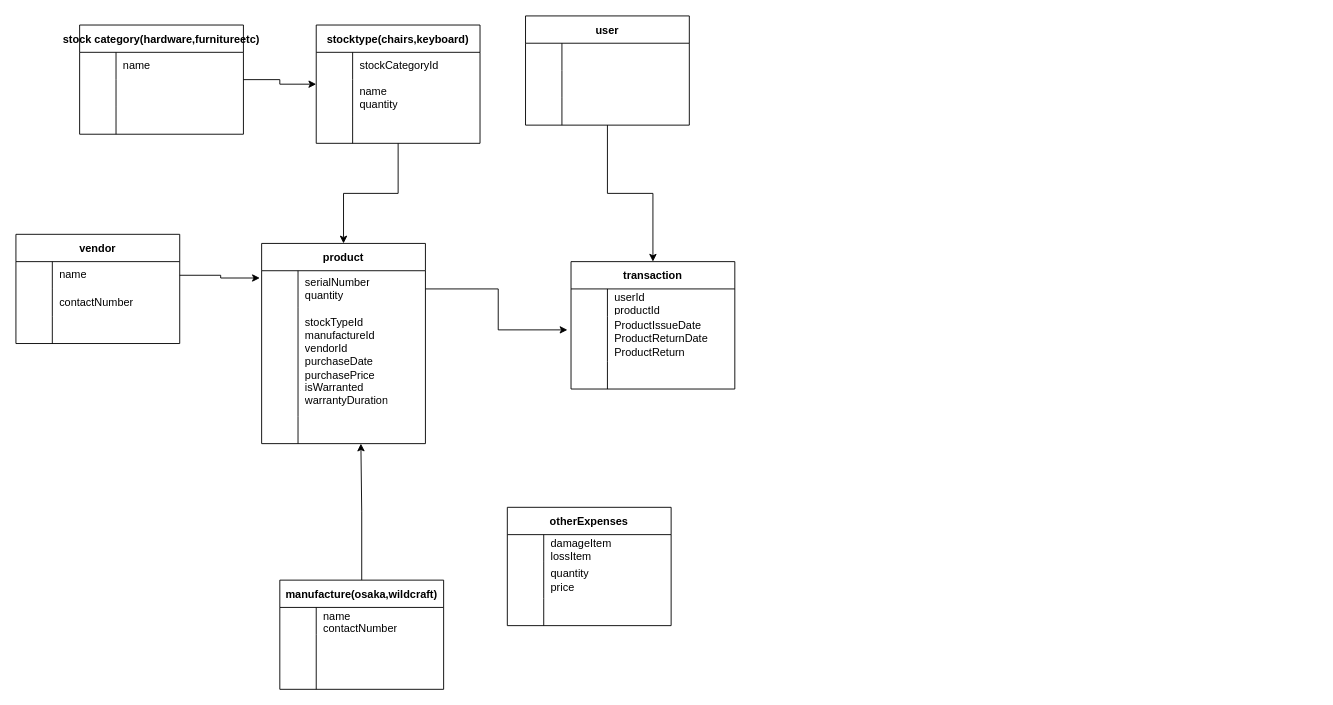
The draw.io diagram recievable.drawio in zaryabali786/erdDiagram, before the edit. Source tidied: cells renumbered, new cells numbered last; positions are measured from the earlier drawing's top-left corner, leaving out a move shared by most shapes. Both pictures are drawn from the tidied source at 91%, with x=0, y=0 at pixel (15, 15).
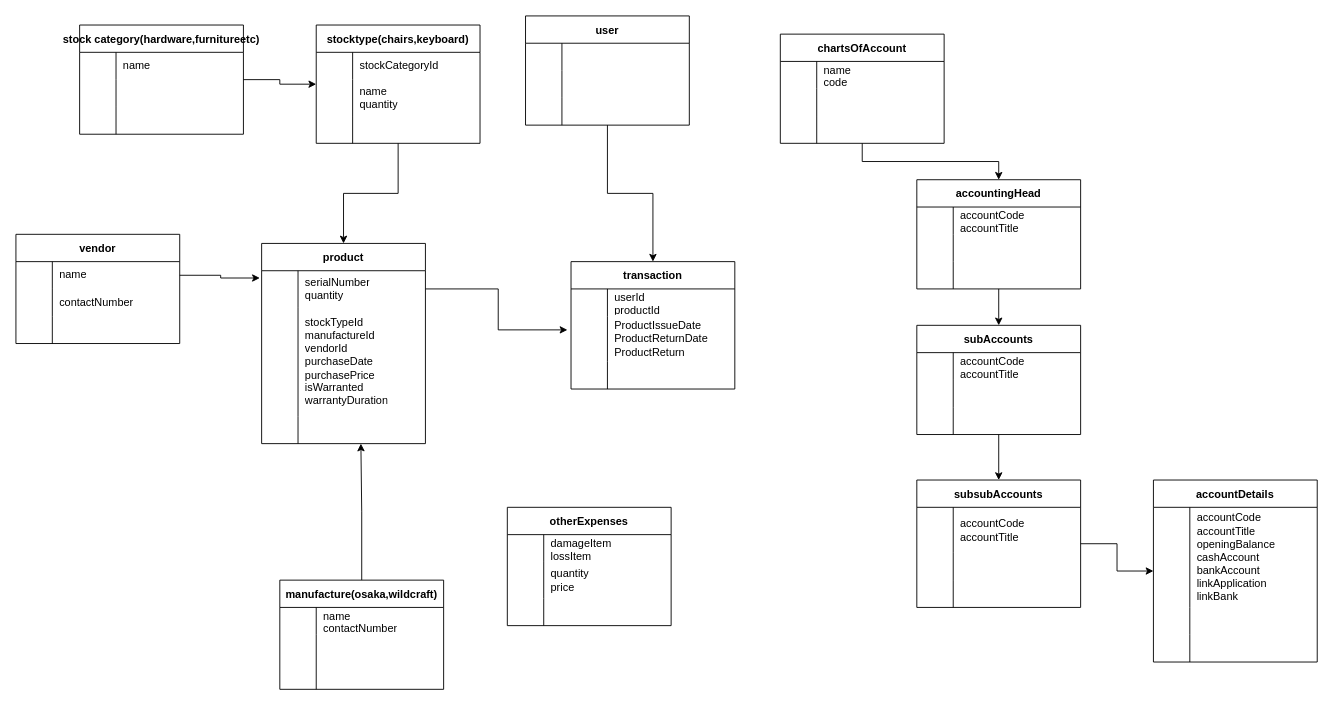
The same diagram, later.

The edit, as a diff of the source:
```diff
@@
+    <mxCell id="88" style="edgeStyle=orthogonalEdgeStyle;rounded=0;jettySize=auto;html=1;" parent="1" edge="1" source="89" target="100">
+      <mxGeometry relative="1" as="geometry" />
+    </mxCell>
+    <mxCell id="89" value="chartsOfAccount" style="shape=table;startSize=30;childLayout=tableLayout;rowLines=0;fontStyle=1;" parent="1" vertex="1">
+      <mxGeometry x="840" y="20" width="180" height="120" as="geometry" />
+    </mxCell>
+    <mxCell id="90" style="shape=tableRow;horizontal=0;startSize=0;swimlaneHead=0;swimlaneBody=0;top=0;left=0;bottom=0;right=0;fillColor=none;" parent="89" vertex="1">
+      <mxGeometry y="30" width="180" height="30" as="geometry" />
+    </mxCell>
+    <mxCell id="91" style="shape=partialRectangle;html=1;whiteSpace=wrap;fillColor=none;top=0;left=0;bottom=0;right=0;overflow=hidden;" parent="90" vertex="1">
+      <mxGeometry width="40" height="30" as="geometry" />
+    </mxCell>
+    <mxCell id="92" value="name&lt;br&gt;code" style="shape=partialRectangle;html=1;whiteSpace=wrap;fillColor=none;top=0;left=0;bottom=0;right=0;align=left;spacingLeft=6;overflow=hidden;" parent="90" vertex="1">
+      <mxGeometry x="40" width="140" height="30" as="geometry" />
+    </mxCell>
+    <mxCell id="93" style="shape=tableRow;horizontal=0;startSize=0;swimlaneHead=0;swimlaneBody=0;top=0;left=0;bottom=0;right=0;fillColor=none;" parent="89" vertex="1">
+      <mxGeometry y="60" width="180" height="30" as="geometry" />
+    </mxCell>
+    <mxCell id="94" style="shape=partialRectangle;html=1;whiteSpace=wrap;fillColor=none;top=0;left=0;bottom=0;right=0;overflow=hidden;" parent="93" vertex="1">
+      <mxGeometry width="40" height="30" as="geometry" />
+    </mxCell>
+    <mxCell id="95" style="shape=partialRectangle;html=1;whiteSpace=wrap;fillColor=none;top=0;left=0;bottom=0;right=0;align=left;spacingLeft=6;overflow=hidden;" parent="93" vertex="1">
+      <mxGeometry x="40" width="140" height="30" as="geometry" />
+    </mxCell>
+    <mxCell id="96" style="shape=tableRow;horizontal=0;startSize=0;swimlaneHead=0;swimlaneBody=0;top=0;left=0;bottom=0;right=0;fillColor=none;" parent="89" vertex="1">
+      <mxGeometry y="90" width="180" height="30" as="geometry" />
+    </mxCell>
+    <mxCell id="97" style="shape=partialRectangle;html=1;whiteSpace=wrap;fillColor=none;top=0;left=0;bottom=0;right=0;overflow=hidden;" parent="96" vertex="1">
+      <mxGeometry width="40" height="30" as="geometry" />
+    </mxCell>
+    <mxCell id="98" style="shape=partialRectangle;html=1;whiteSpace=wrap;fillColor=none;top=0;left=0;bottom=0;right=0;align=left;spacingLeft=6;overflow=hidden;" parent="96" vertex="1">
+      <mxGeometry x="40" width="140" height="30" as="geometry" />
+    </mxCell>
+    <mxCell id="99" style="edgeStyle=orthogonalEdgeStyle;rounded=0;jettySize=auto;html=1;" parent="1" edge="1" source="100" target="111">
+      <mxGeometry relative="1" as="geometry" />
+    </mxCell>
+    <mxCell id="100" value="accountingHead" style="shape=table;startSize=30;childLayout=tableLayout;rowLines=0;fontStyle=1;" parent="1" vertex="1">
+      <mxGeometry x="990" y="180" width="180" height="120" as="geometry" />
+    </mxCell>
+    <mxCell id="101" style="shape=tableRow;horizontal=0;startSize=0;swimlaneHead=0;swimlaneBody=0;top=0;left=0;bottom=0;right=0;fillColor=none;" parent="100" vertex="1">
+      <mxGeometry y="30" width="180" height="30" as="geometry" />
+    </mxCell>
+    <mxCell id="102" style="shape=partialRectangle;html=1;whiteSpace=wrap;fillColor=none;top=0;left=0;bottom=0;right=0;overflow=hidden;" parent="101" vertex="1">
+      <mxGeometry width="40" height="30" as="geometry" />
+    </mxCell>
+    <mxCell id="103" value="accountCode&lt;br&gt;accountTitle" style="shape=partialRectangle;html=1;whiteSpace=wrap;fillColor=none;top=0;left=0;bottom=0;right=0;align=left;spacingLeft=6;overflow=hidden;" parent="101" vertex="1">
+      <mxGeometry x="40" width="140" height="30" as="geometry" />
+    </mxCell>
+    <mxCell id="104" style="shape=tableRow;horizontal=0;startSize=0;swimlaneHead=0;swimlaneBody=0;top=0;left=0;bottom=0;right=0;fillColor=none;" parent="100" vertex="1">
+      <mxGeometry y="60" width="180" height="30" as="geometry" />
+    </mxCell>
+    <mxCell id="105" style="shape=partialRectangle;html=1;whiteSpace=wrap;fillColor=none;top=0;left=0;bottom=0;right=0;overflow=hidden;" parent="104" vertex="1">
+      <mxGeometry width="40" height="30" as="geometry" />
+    </mxCell>
+    <mxCell id="106" style="shape=partialRectangle;html=1;whiteSpace=wrap;fillColor=none;top=0;left=0;bottom=0;right=0;align=left;spacingLeft=6;overflow=hidden;" parent="104" vertex="1">
+      <mxGeometry x="40" width="140" height="30" as="geometry" />
+    </mxCell>
+    <mxCell id="107" style="shape=tableRow;horizontal=0;startSize=0;swimlaneHead=0;swimlaneBody=0;top=0;left=0;bottom=0;right=0;fillColor=none;" parent="100" vertex="1">
+      <mxGeometry y="90" width="180" height="30" as="geometry" />
+    </mxCell>
+    <mxCell id="108" style="shape=partialRectangle;html=1;whiteSpace=wrap;fillColor=none;top=0;left=0;bottom=0;right=0;overflow=hidden;" parent="107" vertex="1">
+      <mxGeometry width="40" height="30" as="geometry" />
+    </mxCell>
+    <mxCell id="109" style="shape=partialRectangle;html=1;whiteSpace=wrap;fillColor=none;top=0;left=0;bottom=0;right=0;align=left;spacingLeft=6;overflow=hidden;" parent="107" vertex="1">
+      <mxGeometry x="40" width="140" height="30" as="geometry" />
+    </mxCell>
+    <mxCell id="110" style="edgeStyle=orthogonalEdgeStyle;rounded=0;jettySize=auto;html=1;" parent="1" edge="1" source="111" target="122">
+      <mxGeometry relative="1" as="geometry" />
+    </mxCell>
+    <mxCell id="111" value="subAccounts" style="shape=table;startSize=30;childLayout=tableLayout;rowLines=0;fontStyle=1;" parent="1" vertex="1">
+      <mxGeometry x="990" y="340" width="180" height="120" as="geometry" />
+    </mxCell>
+    <mxCell id="112" style="shape=tableRow;horizontal=0;startSize=0;swimlaneHead=0;swimlaneBody=0;top=0;left=0;bottom=0;right=0;fillColor=none;" parent="111" vertex="1">
+      <mxGeometry y="30" width="180" height="30" as="geometry" />
+    </mxCell>
+    <mxCell id="113" style="shape=partialRectangle;html=1;whiteSpace=wrap;fillColor=none;top=0;left=0;bottom=0;right=0;overflow=hidden;" parent="112" vertex="1">
+      <mxGeometry width="40" height="30" as="geometry" />
+    </mxCell>
+    <mxCell id="114" value="accountCode&lt;br&gt;accountTitle" style="shape=partialRectangle;html=1;whiteSpace=wrap;fillColor=none;top=0;left=0;bottom=0;right=0;align=left;spacingLeft=6;overflow=hidden;" parent="112" vertex="1">
+      <mxGeometry x="40" width="140" height="30" as="geometry" />
+    </mxCell>
+    <mxCell id="115" style="shape=tableRow;horizontal=0;startSize=0;swimlaneHead=0;swimlaneBody=0;top=0;left=0;bottom=0;right=0;fillColor=none;" parent="111" vertex="1">
+      <mxGeometry y="60" width="180" height="30" as="geometry" />
+    </mxCell>
+    <mxCell id="116" style="shape=partialRectangle;html=1;whiteSpace=wrap;fillColor=none;top=0;left=0;bottom=0;right=0;overflow=hidden;" parent="115" vertex="1">
+      <mxGeometry width="40" height="30" as="geometry" />
+    </mxCell>
+    <mxCell id="117" style="shape=partialRectangle;html=1;whiteSpace=wrap;fillColor=none;top=0;left=0;bottom=0;right=0;align=left;spacingLeft=6;overflow=hidden;" parent="115" vertex="1">
+      <mxGeometry x="40" width="140" height="30" as="geometry" />
+    </mxCell>
+    <mxCell id="118" style="shape=tableRow;horizontal=0;startSize=0;swimlaneHead=0;swimlaneBody=0;top=0;left=0;bottom=0;right=0;fillColor=none;" parent="111" vertex="1">
+      <mxGeometry y="90" width="180" height="30" as="geometry" />
+    </mxCell>
+    <mxCell id="119" style="shape=partialRectangle;html=1;whiteSpace=wrap;fillColor=none;top=0;left=0;bottom=0;right=0;overflow=hidden;" parent="118" vertex="1">
+      <mxGeometry width="40" height="30" as="geometry" />
+    </mxCell>
+    <mxCell id="120" style="shape=partialRectangle;html=1;whiteSpace=wrap;fillColor=none;top=0;left=0;bottom=0;right=0;align=left;spacingLeft=6;overflow=hidden;" parent="118" vertex="1">
+      <mxGeometry x="40" width="140" height="30" as="geometry" />
+    </mxCell>
+    <mxCell id="121" style="edgeStyle=orthogonalEdgeStyle;rounded=0;jettySize=auto;html=1;" parent="1" edge="1" source="122" target="132">
+      <mxGeometry relative="1" as="geometry" />
+    </mxCell>
+    <mxCell id="122" value="subsubAccounts" style="shape=table;startSize=30;childLayout=tableLayout;rowLines=0;fontStyle=1;" parent="1" vertex="1">
+      <mxGeometry x="990" y="510" width="180" height="140" as="geometry" />
+    </mxCell>
+    <mxCell id="123" style="shape=tableRow;horizontal=0;startSize=0;swimlaneHead=0;swimlaneBody=0;top=0;left=0;bottom=0;right=0;fillColor=none;" parent="122" vertex="1">
+      <mxGeometry y="30" width="180" height="50" as="geometry" />
+    </mxCell>
+    <mxCell id="124" style="shape=partialRectangle;html=1;whiteSpace=wrap;fillColor=none;top=0;left=0;bottom=0;right=0;overflow=hidden;" parent="123" vertex="1">
+      <mxGeometry width="40" height="50" as="geometry" />
+    </mxCell>
+    <mxCell id="125" value="accountCode&lt;br&gt;accountTitle&lt;br&gt;" style="shape=partialRectangle;html=1;whiteSpace=wrap;fillColor=none;top=0;left=0;bottom=0;right=0;align=left;spacingLeft=6;overflow=hidden;" parent="123" vertex="1">
+      <mxGeometry x="40" width="140" height="50" as="geometry" />
+    </mxCell>
+    <mxCell id="126" style="shape=tableRow;horizontal=0;startSize=0;swimlaneHead=0;swimlaneBody=0;top=0;left=0;bottom=0;right=0;fillColor=none;" parent="122" vertex="1">
+      <mxGeometry y="80" width="180" height="30" as="geometry" />
+    </mxCell>
+    <mxCell id="127" style="shape=partialRectangle;html=1;whiteSpace=wrap;fillColor=none;top=0;left=0;bottom=0;right=0;overflow=hidden;" parent="126" vertex="1">
+      <mxGeometry width="40" height="30" as="geometry" />
+    </mxCell>
+    <mxCell id="128" style="shape=partialRectangle;html=1;whiteSpace=wrap;fillColor=none;top=0;left=0;bottom=0;right=0;align=left;spacingLeft=6;overflow=hidden;" parent="126" vertex="1">
+      <mxGeometry x="40" width="140" height="30" as="geometry" />
+    </mxCell>
+    <mxCell id="129" style="shape=tableRow;horizontal=0;startSize=0;swimlaneHead=0;swimlaneBody=0;top=0;left=0;bottom=0;right=0;fillColor=none;" parent="122" vertex="1">
+      <mxGeometry y="110" width="180" height="30" as="geometry" />
+    </mxCell>
+    <mxCell id="130" style="shape=partialRectangle;html=1;whiteSpace=wrap;fillColor=none;top=0;left=0;bottom=0;right=0;overflow=hidden;" parent="129" vertex="1">
+      <mxGeometry width="40" height="30" as="geometry" />
+    </mxCell>
+    <mxCell id="131" style="shape=partialRectangle;html=1;whiteSpace=wrap;fillColor=none;top=0;left=0;bottom=0;right=0;align=left;spacingLeft=6;overflow=hidden;" parent="129" vertex="1">
+      <mxGeometry x="40" width="140" height="30" as="geometry" />
+    </mxCell>
+    <mxCell id="132" value="accountDetails" style="shape=table;startSize=30;childLayout=tableLayout;rowLines=0;fontStyle=1;" parent="1" vertex="1">
+      <mxGeometry x="1250" y="510" width="180" height="200" as="geometry" />
+    </mxCell>
+    <mxCell id="133" style="shape=tableRow;horizontal=0;startSize=0;swimlaneHead=0;swimlaneBody=0;top=0;left=0;bottom=0;right=0;fillColor=none;" parent="132" vertex="1">
+      <mxGeometry y="30" width="180" height="110" as="geometry" />
+    </mxCell>
+    <mxCell id="134" style="shape=partialRectangle;html=1;whiteSpace=wrap;fillColor=none;top=0;left=0;bottom=0;right=0;overflow=hidden;" parent="133" vertex="1">
+      <mxGeometry width="40" height="110" as="geometry" />
+    </mxCell>
+    <mxCell id="135" value="accountCode&lt;br&gt;accountTitle&lt;br&gt;openingBalance&lt;br&gt;cashAccount&lt;br&gt;bankAccount&lt;br&gt;linkApplication&lt;br&gt;linkBank" style="shape=partialRectangle;html=1;whiteSpace=wrap;fillColor=none;top=0;left=0;bottom=0;right=0;align=left;spacingLeft=6;overflow=hidden;" parent="133" vertex="1">
+      <mxGeometry x="40" width="140" height="110" as="geometry" />
+    </mxCell>
+    <mxCell id="136" style="shape=tableRow;horizontal=0;startSize=0;swimlaneHead=0;swimlaneBody=0;top=0;left=0;bottom=0;right=0;fillColor=none;" parent="132" vertex="1">
+      <mxGeometry y="140" width="180" height="30" as="geometry" />
+    </mxCell>
+    <mxCell id="137" style="shape=partialRectangle;html=1;whiteSpace=wrap;fillColor=none;top=0;left=0;bottom=0;right=0;overflow=hidden;" parent="136" vertex="1">
+      <mxGeometry width="40" height="30" as="geometry" />
+    </mxCell>
+    <mxCell id="138" style="shape=partialRectangle;html=1;whiteSpace=wrap;fillColor=none;top=0;left=0;bottom=0;right=0;align=left;spacingLeft=6;overflow=hidden;" parent="136" vertex="1">
+      <mxGeometry x="40" width="140" height="30" as="geometry" />
+    </mxCell>
+    <mxCell id="139" style="shape=tableRow;horizontal=0;startSize=0;swimlaneHead=0;swimlaneBody=0;top=0;left=0;bottom=0;right=0;fillColor=none;" parent="132" vertex="1">
+      <mxGeometry y="170" width="180" height="30" as="geometry" />
+    </mxCell>
+    <mxCell id="140" style="shape=partialRectangle;html=1;whiteSpace=wrap;fillColor=none;top=0;left=0;bottom=0;right=0;overflow=hidden;" parent="139" vertex="1">
+      <mxGeometry width="40" height="30" as="geometry" />
+    </mxCell>
+    <mxCell id="141" style="shape=partialRectangle;html=1;whiteSpace=wrap;fillColor=none;top=0;left=0;bottom=0;right=0;align=left;spacingLeft=6;overflow=hidden;" parent="139" vertex="1">
+      <mxGeometry x="40" width="140" height="30" as="geometry" />
+    </mxCell>
```
